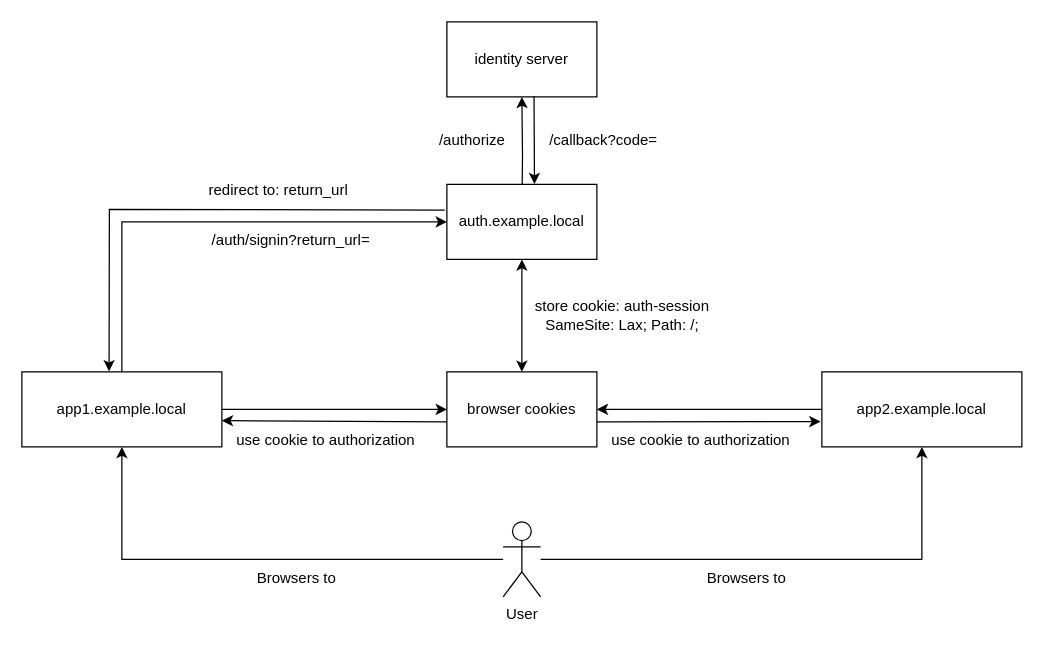
The draw.io diagram page "authentication" (1 of 3) of flows.drawio in quochuydev/next-multiple-oidc-sessions, before the edit. Source tidied: cells renumbered, new cells numbered last; positions are measured from the earlier drawing's top-left corner, leaving out a move shared by most shapes. Both pictures are drawn from the tidied source at 125%, with x=0, y=0 at pixel (21, 21).
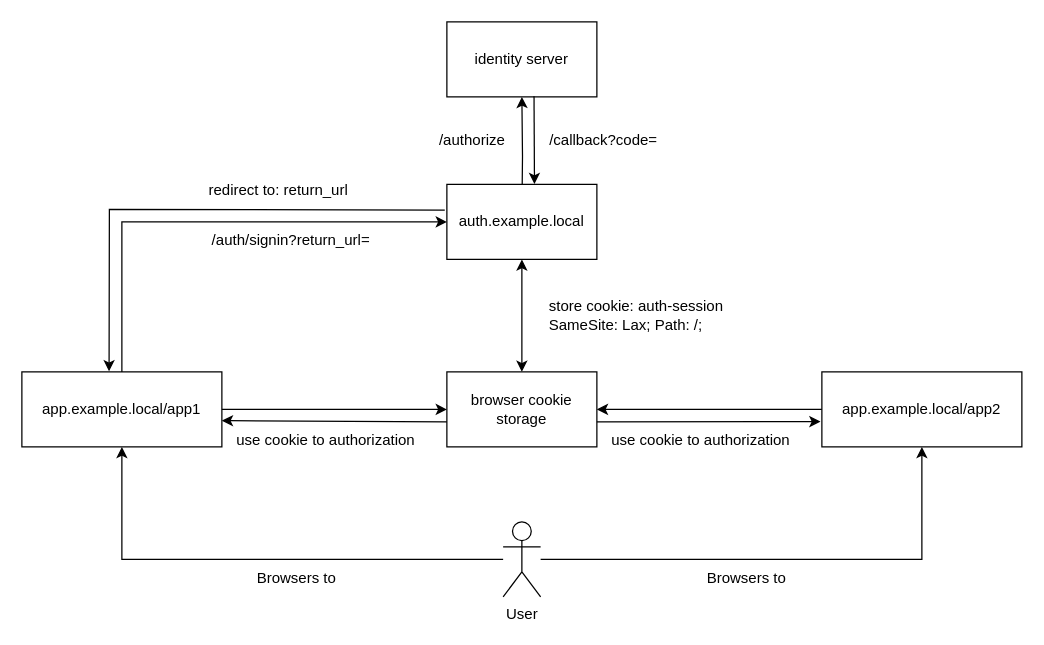
The same diagram, later.

What changed in the source:
```diff
@@
-    <mxCell id="2" value="app2&lt;span style=&quot;background-color: initial;&quot;&gt;.example.local&lt;/span&gt;" style="rounded=0;whiteSpace=wrap;html=1;" parent="1" vertex="1">
+    <mxCell id="2" value="app.example.local/app2" style="rounded=0;whiteSpace=wrap;html=1;" parent="1" vertex="1">
       <mxGeometry x="640" y="280" width="160" height="60" as="geometry" />
     </mxCell>
@@
-    <mxCell id="11" value="store cookie: auth-session&lt;br&gt;SameSite: Lax; Path: /;" style="text;html=1;align=center;verticalAlign=middle;strokeColor=none;fillColor=none;" parent="1" vertex="1">
-      <mxGeometry x="400" y="215" width="160" height="40" as="geometry" />
+    <mxCell id="11" value="store cookie: auth-session&lt;br&gt;SameSite: Lax; Path: /;" style="text;html=1;align=left;verticalAlign=middle;strokeColor=none;fillColor=none;" parent="1" vertex="1">
+      <mxGeometry x="420" y="215" width="160" height="40" as="geometry" />
     </mxCell>
@@
-    <mxCell id="13" value="browser cookies" style="rounded=0;whiteSpace=wrap;html=1;" parent="1" vertex="1">
+    <mxCell id="13" value="browser cookie storage" style="rounded=0;whiteSpace=wrap;html=1;" parent="1" vertex="1">
       <mxGeometry x="340" y="280" width="120" height="60" as="geometry" />
     </mxCell>
@@
-    <mxCell id="16" value="app1.example.local" style="rounded=0;whiteSpace=wrap;html=1;" parent="1" vertex="1">
+    <mxCell id="16" value="app.example.local/app1" style="rounded=0;whiteSpace=wrap;html=1;" parent="1" vertex="1">
       <mxGeometry y="280" width="160" height="60" as="geometry" />
     </mxCell>
```
